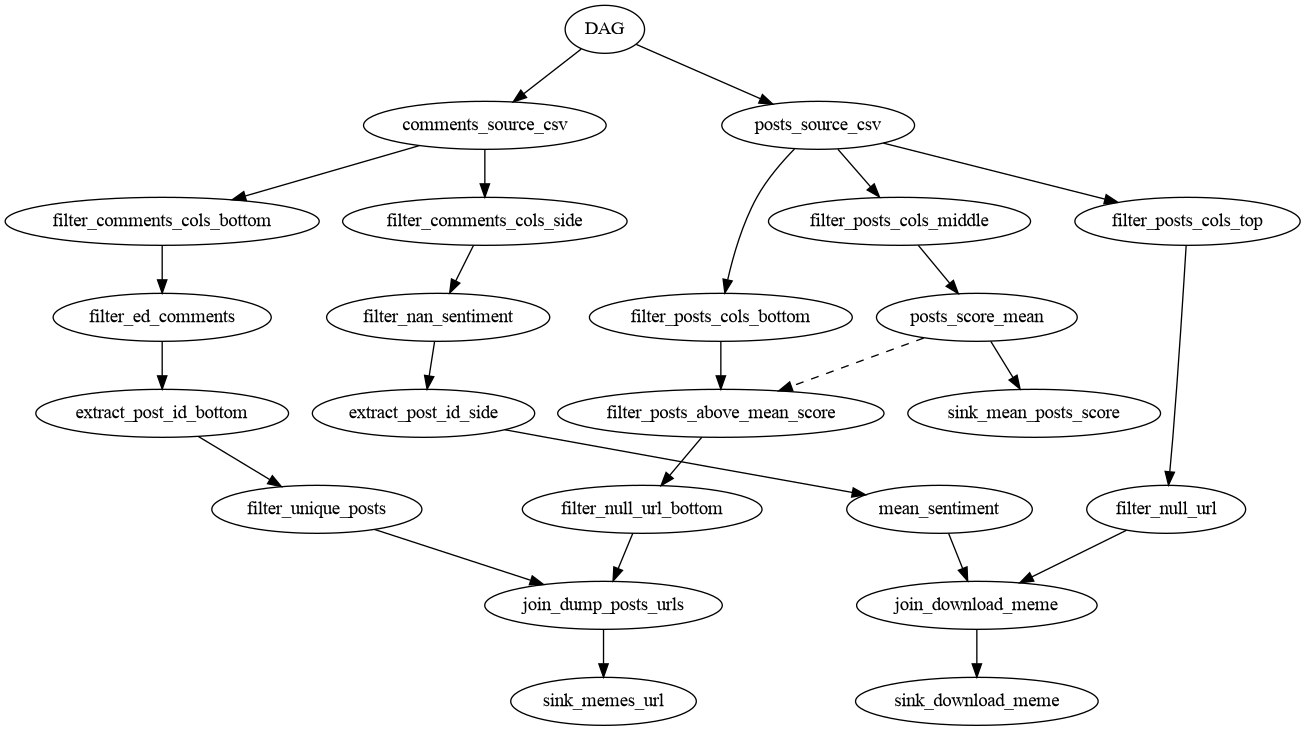
Earlier version of the Graphviz export informe/images/DAG.gv.png (CrossNox/7574-TP2). Its source is kept beside it as informe/images/DAG.gv.
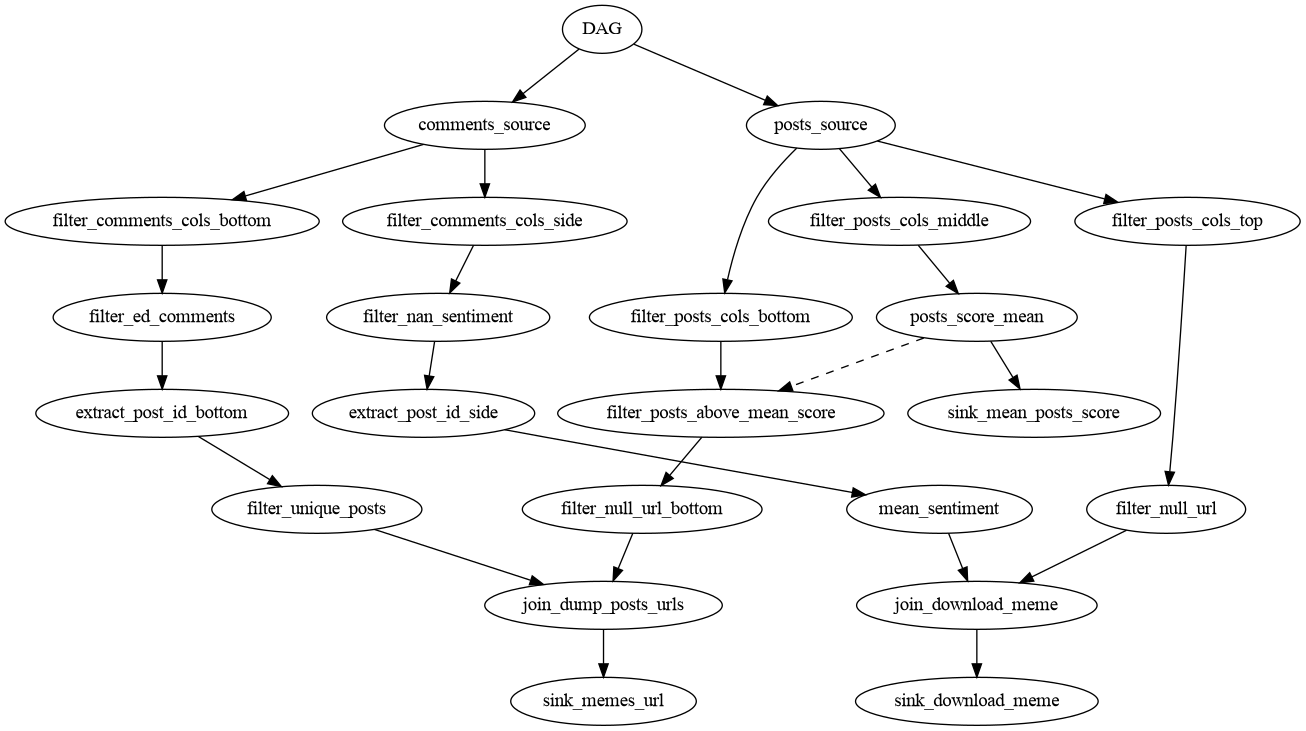
After the change.

The edit, as a diff of the source:
```diff
@@ -1,9 +1,9 @@
 digraph DAG {
 	graph [rankdir=TB]
-	comments_source_csv
-	DAG -> comments_source_csv
+	comments_source
+	DAG -> comments_source
 	filter_comments_cols_side
-	comments_source_csv -> filter_comments_cols_side
+	comments_source -> filter_comments_cols_side
 	filter_nan_sentiment
 	filter_comments_cols_side -> filter_nan_sentiment
 	extract_post_id_side
@@ -16,7 +16,7 @@
 	sink_download_meme
 	join_download_meme -> sink_download_meme
 	filter_comments_cols_bottom
-	comments_source_csv -> filter_comments_cols_bottom
+	comments_source -> filter_comments_cols_bottom
 	filter_ed_comments
 	filter_comments_cols_bottom -> filter_ed_comments
 	extract_post_id_bottom
@@ -28,23 +28,23 @@
 	filter_unique_posts -> join_dump_posts_urls
 	sink_memes_url
 	join_dump_posts_urls -> sink_memes_url
-	posts_source_csv
-	DAG -> posts_source_csv
+	posts_source
+	DAG -> posts_source
 	filter_posts_cols_bottom
-	posts_source_csv -> filter_posts_cols_bottom
+	posts_source -> filter_posts_cols_bottom
 	filter_posts_above_mean_score
 	filter_posts_cols_bottom -> filter_posts_above_mean_score
 	posts_score_mean -> filter_posts_above_mean_score [style=dashed]
 	filter_null_url_bottom
 	filter_posts_above_mean_score -> filter_null_url_bottom
 	filter_posts_cols_middle
-	posts_source_csv -> filter_posts_cols_middle
+	posts_source -> filter_posts_cols_middle
 	posts_score_mean
 	filter_posts_cols_middle -> posts_score_mean
 	sink_mean_posts_score
 	posts_score_mean -> sink_mean_posts_score
 	filter_posts_cols_top
-	posts_source_csv -> filter_posts_cols_top
+	posts_source -> filter_posts_cols_top
 	filter_null_url
 	filter_posts_cols_top -> filter_null_url
 }
```
